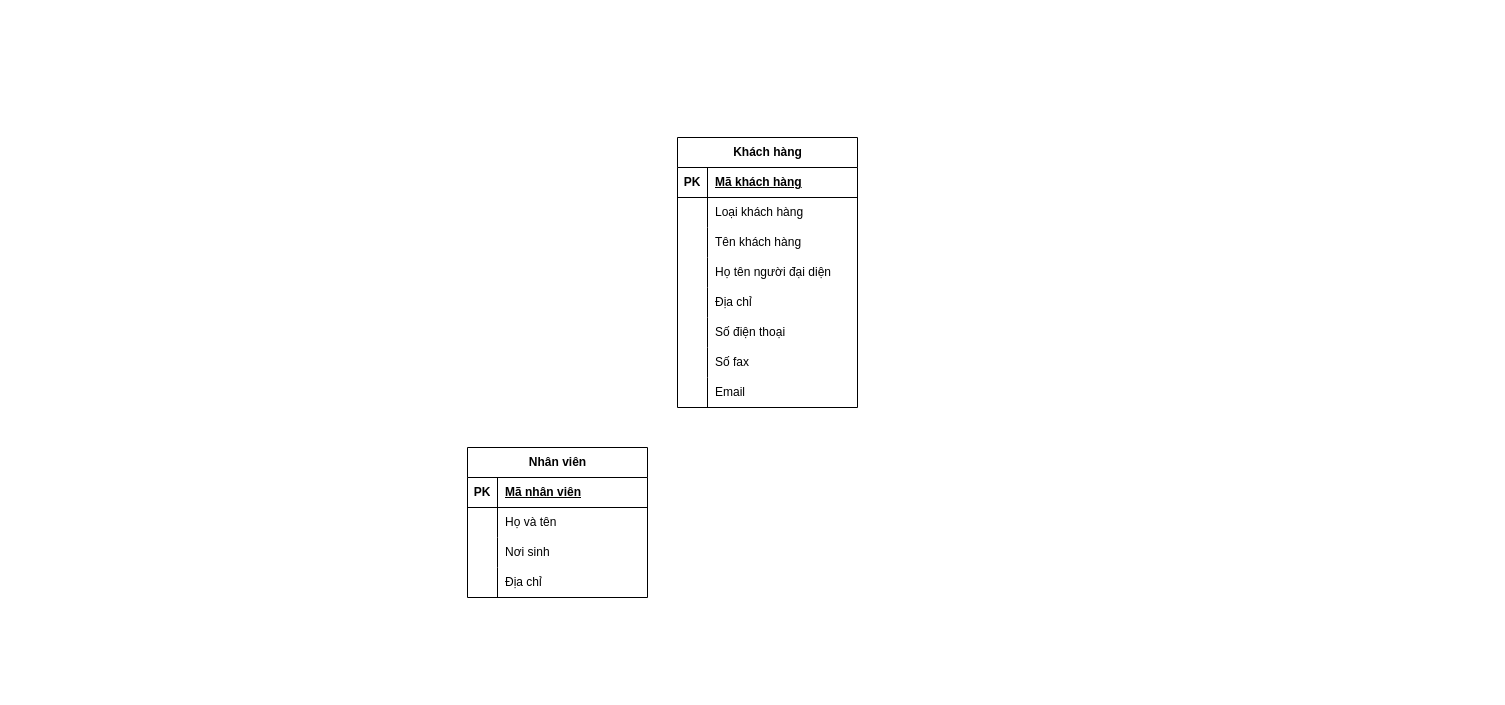
Above: Database Diagram Practice.drawio in DatOneGuyL/DBMS_Exercises (draw.io), before the change. Source tidied: cells renumbered, new cells numbered last; positions are measured from the earlier drawing's top-left corner, leaving out a move shared by most shapes. Both pictures are drawn from the tidied source at 100%, with x=0, y=0 at pixel (467, 137).
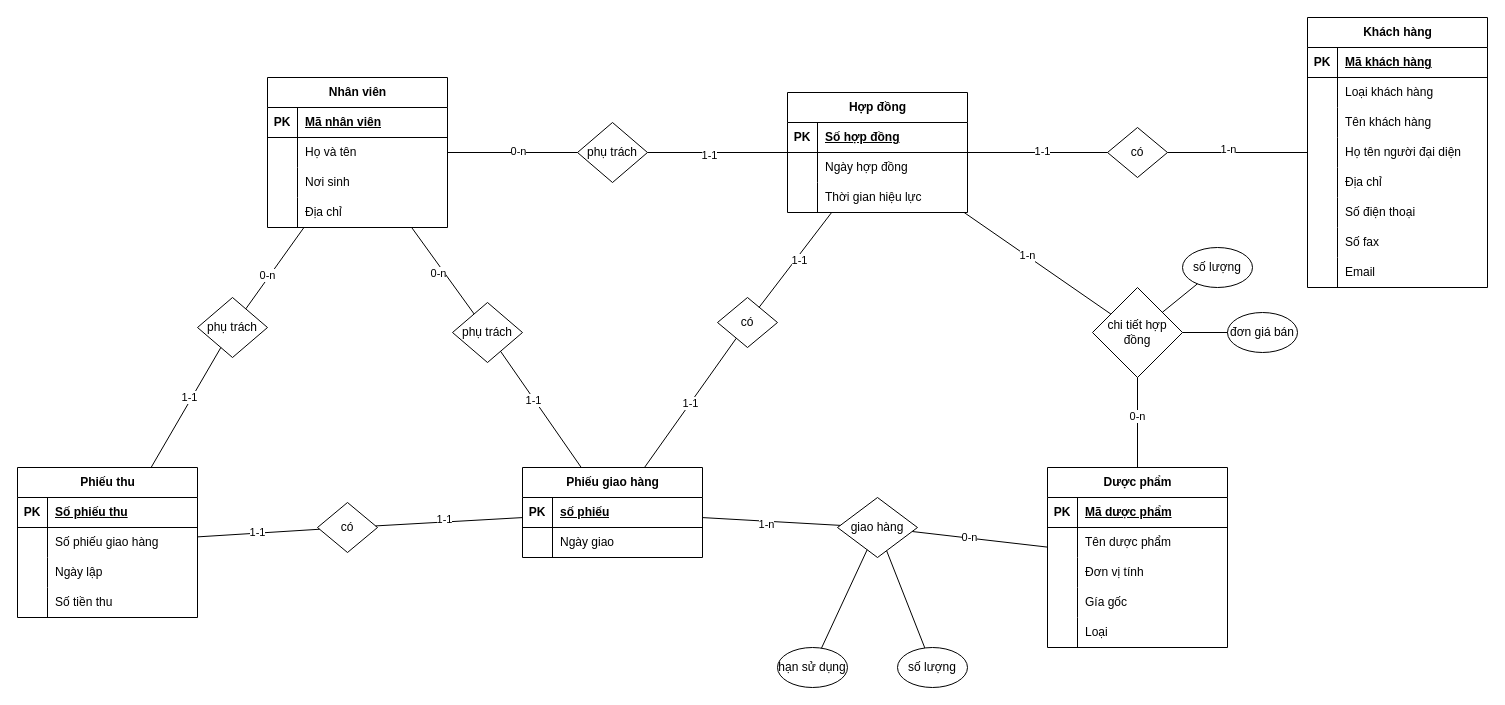
Above is the later version.

What changed in the source:
```diff
@@
     <mxCell id="2" value="Nhân viên" style="shape=table;startSize=30;childLayout=tableLayout;rowLines=0;fontStyle=1;align=center;html=1;" parent="1" vertex="1">
-      <mxGeometry y="310" width="180" height="150" as="geometry" />
+      <mxGeometry x="-200" y="-60" width="180" height="150" as="geometry" />
     </mxCell>
@@
     <mxCell id="15" value="Khách hàng" style="shape=table;startSize=30;childLayout=tableLayout;rowLines=0;fontStyle=1;align=center;html=1;" parent="1" vertex="1">
-      <mxGeometry x="210" width="180" height="270" as="geometry" />
+      <mxGeometry x="840" y="-120" width="180" height="270" as="geometry" />
     </mxCell>
@@
+    <mxCell id="40" value="Hợp đồng" style="shape=table;startSize=30;childLayout=tableLayout;rowLines=0;fontStyle=1;align=center;html=1;" parent="1" vertex="1">
+      <mxGeometry x="320" y="-45" width="180" height="120" as="geometry" />
+    </mxCell>
+    <mxCell id="41" style="shape=tableRow;horizontal=0;startSize=0;swimlaneHead=0;swimlaneBody=0;fillColor=none;top=0;left=0;right=0;bottom=1;" parent="40" vertex="1">
+      <mxGeometry y="30" width="180" height="30" as="geometry" />
+    </mxCell>
+    <mxCell id="42" value="PK" style="shape=partialRectangle;fillColor=none;top=0;left=0;bottom=0;right=0;fontStyle=1;overflow=hidden;whiteSpace=wrap;html=1;" parent="41" vertex="1">
+      <mxGeometry width="30" height="30" as="geometry" />
+    </mxCell>
+    <mxCell id="43" value="Số hợp đồng" style="shape=partialRectangle;fillColor=none;top=0;left=0;bottom=0;right=0;align=left;spacingLeft=6;fontStyle=5;overflow=hidden;whiteSpace=wrap;html=1;" parent="41" vertex="1">
+      <mxGeometry x="30" width="150" height="30" as="geometry" />
+    </mxCell>
+    <mxCell id="44" style="shape=tableRow;horizontal=0;startSize=0;swimlaneHead=0;swimlaneBody=0;fillColor=none;top=0;left=0;right=0;bottom=0;" parent="40" vertex="1">
+      <mxGeometry y="60" width="180" height="30" as="geometry" />
+    </mxCell>
+    <mxCell id="45" style="shape=partialRectangle;fillColor=none;top=0;left=0;bottom=0;right=0;overflow=hidden;whiteSpace=wrap;html=1;" parent="44" vertex="1">
+      <mxGeometry width="30" height="30" as="geometry" />
+    </mxCell>
+    <mxCell id="46" value="Ngày hợp đồng" style="shape=partialRectangle;fillColor=none;top=0;left=0;bottom=0;right=0;align=left;spacingLeft=6;overflow=hidden;whiteSpace=wrap;html=1;" parent="44" vertex="1">
+      <mxGeometry x="30" width="150" height="30" as="geometry" />
+    </mxCell>
+    <mxCell id="47" style="shape=tableRow;horizontal=0;startSize=0;swimlaneHead=0;swimlaneBody=0;fillColor=none;top=0;left=0;right=0;bottom=0;" parent="40" vertex="1">
+      <mxGeometry y="90" width="180" height="30" as="geometry" />
+    </mxCell>
+    <mxCell id="48" style="shape=partialRectangle;fillColor=none;top=0;left=0;bottom=0;right=0;overflow=hidden;whiteSpace=wrap;html=1;" parent="47" vertex="1">
+      <mxGeometry width="30" height="30" as="geometry" />
+    </mxCell>
+    <mxCell id="49" value="Thời gian hiệu lực" style="shape=partialRectangle;fillColor=none;top=0;left=0;bottom=0;right=0;align=left;spacingLeft=6;overflow=hidden;whiteSpace=wrap;html=1;" parent="47" vertex="1">
+      <mxGeometry x="30" width="150" height="30" as="geometry" />
+    </mxCell>
+    <mxCell id="50" value="Dược phẩm" style="shape=table;startSize=30;childLayout=tableLayout;rowLines=0;fontStyle=1;align=center;html=1;" parent="1" vertex="1">
+      <mxGeometry x="580" y="330" width="180" height="180" as="geometry" />
+    </mxCell>
+    <mxCell id="51" style="shape=tableRow;horizontal=0;startSize=0;swimlaneHead=0;swimlaneBody=0;fillColor=none;top=0;left=0;right=0;bottom=1;" parent="50" vertex="1">
+      <mxGeometry y="30" width="180" height="30" as="geometry" />
+    </mxCell>
+    <mxCell id="52" value="PK" style="shape=partialRectangle;fillColor=none;top=0;left=0;bottom=0;right=0;fontStyle=1;overflow=hidden;whiteSpace=wrap;html=1;" parent="51" vertex="1">
+      <mxGeometry width="30" height="30" as="geometry" />
+    </mxCell>
+    <mxCell id="53" value="Mã dược phẩm" style="shape=partialRectangle;fillColor=none;top=0;left=0;bottom=0;right=0;align=left;spacingLeft=6;fontStyle=5;overflow=hidden;whiteSpace=wrap;html=1;" parent="51" vertex="1">
+      <mxGeometry x="30" width="150" height="30" as="geometry" />
+    </mxCell>
+    <mxCell id="54" style="shape=tableRow;horizontal=0;startSize=0;swimlaneHead=0;swimlaneBody=0;fillColor=none;top=0;left=0;right=0;bottom=0;" parent="50" vertex="1">
+      <mxGeometry y="60" width="180" height="30" as="geometry" />
+    </mxCell>
+    <mxCell id="55" style="shape=partialRectangle;fillColor=none;top=0;left=0;bottom=0;right=0;overflow=hidden;whiteSpace=wrap;html=1;" parent="54" vertex="1">
+      <mxGeometry width="30" height="30" as="geometry" />
+    </mxCell>
+    <mxCell id="56" value="Tên dược phẩm" style="shape=partialRectangle;fillColor=none;top=0;left=0;bottom=0;right=0;align=left;spacingLeft=6;overflow=hidden;whiteSpace=wrap;html=1;" parent="54" vertex="1">
+      <mxGeometry x="30" width="150" height="30" as="geometry" />
+    </mxCell>
+    <mxCell id="57" style="shape=tableRow;horizontal=0;startSize=0;swimlaneHead=0;swimlaneBody=0;fillColor=none;top=0;left=0;right=0;bottom=0;" parent="50" vertex="1">
+      <mxGeometry y="90" width="180" height="30" as="geometry" />
+    </mxCell>
+    <mxCell id="58" style="shape=partialRectangle;fillColor=none;top=0;left=0;bottom=0;right=0;overflow=hidden;whiteSpace=wrap;html=1;" parent="57" vertex="1">
+      <mxGeometry width="30" height="30" as="geometry" />
+    </mxCell>
+    <mxCell id="59" value="Đơn vị tính&amp;nbsp;" style="shape=partialRectangle;fillColor=none;top=0;left=0;bottom=0;right=0;align=left;spacingLeft=6;overflow=hidden;whiteSpace=wrap;html=1;" parent="57" vertex="1">
+      <mxGeometry x="30" width="150" height="30" as="geometry" />
+    </mxCell>
+    <mxCell id="60" style="shape=tableRow;horizontal=0;startSize=0;swimlaneHead=0;swimlaneBody=0;fillColor=none;top=0;left=0;right=0;bottom=0;" parent="50" vertex="1">
+      <mxGeometry y="120" width="180" height="30" as="geometry" />
+    </mxCell>
+    <mxCell id="61" style="shape=partialRectangle;fillColor=none;top=0;left=0;bottom=0;right=0;overflow=hidden;whiteSpace=wrap;html=1;" parent="60" vertex="1">
+      <mxGeometry width="30" height="30" as="geometry" />
+    </mxCell>
+    <mxCell id="62" value="Gía gốc" style="shape=partialRectangle;fillColor=none;top=0;left=0;bottom=0;right=0;align=left;spacingLeft=6;overflow=hidden;whiteSpace=wrap;html=1;" parent="60" vertex="1">
+      <mxGeometry x="30" width="150" height="30" as="geometry" />
+    </mxCell>
+    <mxCell id="63" style="shape=tableRow;horizontal=0;startSize=0;swimlaneHead=0;swimlaneBody=0;fillColor=none;top=0;left=0;right=0;bottom=0;" parent="50" vertex="1">
+      <mxGeometry y="150" width="180" height="30" as="geometry" />
+    </mxCell>
+    <mxCell id="64" style="shape=partialRectangle;fillColor=none;top=0;left=0;bottom=0;right=0;overflow=hidden;whiteSpace=wrap;html=1;" parent="63" vertex="1">
+      <mxGeometry width="30" height="30" as="geometry" />
+    </mxCell>
+    <mxCell id="65" value="Loại&amp;nbsp;" style="shape=partialRectangle;fillColor=none;top=0;left=0;bottom=0;right=0;align=left;spacingLeft=6;overflow=hidden;whiteSpace=wrap;html=1;" parent="63" vertex="1">
+      <mxGeometry x="30" width="150" height="30" as="geometry" />
+    </mxCell>
+    <mxCell id="66" value="Phiếu giao hàng" style="shape=table;startSize=30;childLayout=tableLayout;rowLines=0;fontStyle=1;align=center;html=1;" parent="1" vertex="1">
+      <mxGeometry x="55" y="330" width="180" height="90" as="geometry" />
+    </mxCell>
+    <mxCell id="67" style="shape=tableRow;horizontal=0;startSize=0;swimlaneHead=0;swimlaneBody=0;fillColor=none;top=0;left=0;right=0;bottom=1;" parent="66" vertex="1">
+      <mxGeometry y="30" width="180" height="30" as="geometry" />
+    </mxCell>
+    <mxCell id="68" value="PK" style="shape=partialRectangle;fillColor=none;top=0;left=0;bottom=0;right=0;fontStyle=1;overflow=hidden;whiteSpace=wrap;html=1;" parent="67" vertex="1">
+      <mxGeometry width="30" height="30" as="geometry" />
+    </mxCell>
+    <mxCell id="69" value="số phiếu" style="shape=partialRectangle;fillColor=none;top=0;left=0;bottom=0;right=0;align=left;spacingLeft=6;fontStyle=5;overflow=hidden;whiteSpace=wrap;html=1;" parent="67" vertex="1">
+      <mxGeometry x="30" width="150" height="30" as="geometry" />
+    </mxCell>
+    <mxCell id="70" style="shape=tableRow;horizontal=0;startSize=0;swimlaneHead=0;swimlaneBody=0;fillColor=none;top=0;left=0;right=0;bottom=0;" parent="66" vertex="1">
+      <mxGeometry y="60" width="180" height="30" as="geometry" />
+    </mxCell>
+    <mxCell id="71" style="shape=partialRectangle;fillColor=none;top=0;left=0;bottom=0;right=0;overflow=hidden;whiteSpace=wrap;html=1;" parent="70" vertex="1">
+      <mxGeometry width="30" height="30" as="geometry" />
+    </mxCell>
+    <mxCell id="72" value="Ngày giao" style="shape=partialRectangle;fillColor=none;top=0;left=0;bottom=0;right=0;align=left;spacingLeft=6;overflow=hidden;whiteSpace=wrap;html=1;" parent="70" vertex="1">
+      <mxGeometry x="30" width="150" height="30" as="geometry" />
+    </mxCell>
+    <mxCell id="73" value="có" style="shape=rhombus;html=1;dashed=0;whiteSpace=wrap;perimeter=rhombusPerimeter;" parent="1" vertex="1">
+      <mxGeometry x="640" y="-10" width="60" height="50" as="geometry" />
+    </mxCell>
+    <mxCell id="74" style="endArrow=none;html=1;rounded=0;" parent="1" edge="1" source="73" target="15">
+      <mxGeometry relative="1" as="geometry" />
+    </mxCell>
+    <mxCell id="75" value="1-n" style="edgeLabel;html=1;align=center;verticalAlign=middle;" parent="74" vertex="1">
+      <mxGeometry x="-0.15" y="4" relative="1" as="geometry" />
+    </mxCell>
+    <mxCell id="76" style="endArrow=none;html=1;rounded=0;entryX=0;entryY=0.5;entryDx=0;entryDy=0;" parent="1" edge="1" source="40" target="73">
+      <mxGeometry relative="1" as="geometry" />
+    </mxCell>
+    <mxCell id="77" value="1-1" style="edgeLabel;html=1;align=center;verticalAlign=middle;" parent="76" vertex="1">
+      <mxGeometry x="0.05" y="2" relative="1" as="geometry" />
+    </mxCell>
+    <mxCell id="78" value="phụ trách" style="shape=rhombus;html=1;dashed=0;whiteSpace=wrap;perimeter=rhombusPerimeter;" parent="1" vertex="1">
+      <mxGeometry x="110" y="-15" width="70" height="60" as="geometry" />
+    </mxCell>
+    <mxCell id="79" style="endArrow=none;html=1;rounded=0;exitX=0;exitY=0.5;exitDx=0;exitDy=0;" parent="1" edge="1" source="78" target="2">
+      <mxGeometry relative="1" as="geometry" />
+    </mxCell>
+    <mxCell id="80" value="0-n" style="edgeLabel;html=1;align=center;verticalAlign=middle;" parent="79" vertex="1">
+      <mxGeometry x="-0.07" y="-2" relative="1" as="geometry" />
+    </mxCell>
+    <mxCell id="81" style="endArrow=none;html=1;rounded=0;exitX=1;exitY=0.5;exitDx=0;exitDy=0;" parent="1" edge="1" source="78" target="40">
+      <mxGeometry relative="1" as="geometry" />
+    </mxCell>
+    <mxCell id="82" value="1-1" style="edgeLabel;html=1;align=center;verticalAlign=middle;" parent="81" vertex="1">
+      <mxGeometry x="-0.13" y="-2" relative="1" as="geometry" />
+    </mxCell>
+    <mxCell id="83" value="chi tiết hợp đồng" style="shape=rhombus;html=1;dashed=0;whiteSpace=wrap;perimeter=rhombusPerimeter;" parent="1" vertex="1">
+      <mxGeometry x="625" y="150" width="90" height="90" as="geometry" />
+    </mxCell>
+    <mxCell id="84" style="endArrow=none;html=1;rounded=0;" parent="1" edge="1" source="40" target="83">
+      <mxGeometry relative="1" as="geometry" />
+    </mxCell>
+    <mxCell id="85" value="1-n" style="edgeLabel;html=1;align=center;verticalAlign=middle;" parent="84" vertex="1">
+      <mxGeometry x="-0.16" relative="1" as="geometry">
+        <mxPoint x="1" as="offset" />
+      </mxGeometry>
+    </mxCell>
+    <mxCell id="86" style="endArrow=none;html=1;rounded=0;" parent="1" edge="1" source="50" target="83">
+      <mxGeometry relative="1" as="geometry" />
+    </mxCell>
+    <mxCell id="87" value="0-n" style="edgeLabel;html=1;align=center;verticalAlign=middle;" parent="86" vertex="1">
+      <mxGeometry x="0.15" y="1" relative="1" as="geometry" />
+    </mxCell>
+    <mxCell id="88" value="số lượng" style="ellipse;whiteSpace=wrap;html=1;" parent="1" vertex="1">
+      <mxGeometry x="715" y="110" width="70" height="40" as="geometry" />
+    </mxCell>
+    <mxCell id="89" value="đơn giá bán" style="ellipse;whiteSpace=wrap;html=1;" parent="1" vertex="1">
+      <mxGeometry x="760" y="175" width="70" height="40" as="geometry" />
+    </mxCell>
+    <mxCell id="90" style="endArrow=none;html=1;rounded=0;" parent="1" edge="1" source="83" target="88">
+      <mxGeometry relative="1" as="geometry" />
+    </mxCell>
+    <mxCell id="91" style="endArrow=none;html=1;rounded=0;" parent="1" edge="1" source="83" target="89">
+      <mxGeometry relative="1" as="geometry" />
+    </mxCell>
+    <mxCell id="92" value="phụ trách" style="shape=rhombus;html=1;dashed=0;whiteSpace=wrap;perimeter=rhombusPerimeter;" parent="1" vertex="1">
+      <mxGeometry x="-15" y="165" width="70" height="60" as="geometry" />
+    </mxCell>
+    <mxCell id="93" style="endArrow=none;html=1;rounded=0;" parent="1" edge="1" source="92" target="2">
+      <mxGeometry relative="1" as="geometry" />
+    </mxCell>
+    <mxCell id="94" value="0-n" style="edgeLabel;html=1;align=center;verticalAlign=middle;" parent="93" vertex="1">
+      <mxGeometry x="0.01" y="5" relative="1" as="geometry" />
+    </mxCell>
+    <mxCell id="95" style="endArrow=none;html=1;rounded=0;" parent="1" edge="1" source="66" target="92">
+      <mxGeometry relative="1" as="geometry" />
+    </mxCell>
+    <mxCell id="96" value="1-1" style="edgeLabel;html=1;align=center;verticalAlign=middle;" parent="95" vertex="1">
+      <mxGeometry x="0.18" y="1" relative="1" as="geometry" />
+    </mxCell>
+    <mxCell id="97" value="có" style="shape=rhombus;html=1;dashed=0;whiteSpace=wrap;perimeter=rhombusPerimeter;" parent="1" vertex="1">
+      <mxGeometry x="250" y="160" width="60" height="50" as="geometry" />
+    </mxCell>
+    <mxCell id="98" style="endArrow=none;html=1;rounded=0;" parent="1" edge="1" source="97" target="40">
+      <mxGeometry relative="1" as="geometry" />
+    </mxCell>
+    <mxCell id="99" value="1-1" style="edgeLabel;html=1;align=center;verticalAlign=middle;" parent="98" vertex="1">
+      <mxGeometry x="0.04" y="-3" relative="1" as="geometry" />
+    </mxCell>
+    <mxCell id="100" value="1-1" style="endArrow=none;html=1;rounded=0;" parent="1" edge="1" source="66" target="97">
+      <mxGeometry relative="1" as="geometry" />
+    </mxCell>
+    <mxCell id="101" value="giao hàng" style="shape=rhombus;html=1;dashed=0;whiteSpace=wrap;perimeter=rhombusPerimeter;" parent="1" vertex="1">
+      <mxGeometry x="370" y="360" width="80" height="60" as="geometry" />
+    </mxCell>
+    <mxCell id="102" style="endArrow=none;html=1;rounded=0;" parent="1" edge="1" source="101" target="50">
+      <mxGeometry relative="1" as="geometry" />
+    </mxCell>
+    <mxCell id="103" value="0-n" style="edgeLabel;html=1;align=center;verticalAlign=middle;" parent="102" vertex="1">
+      <mxGeometry x="-0.17" y="1" relative="1" as="geometry" />
+    </mxCell>
+    <mxCell id="104" style="endArrow=none;html=1;rounded=0;" parent="1" edge="1" source="66" target="101">
+      <mxGeometry relative="1" as="geometry" />
+    </mxCell>
+    <mxCell id="105" value="1-n" style="edgeLabel;html=1;align=center;verticalAlign=middle;" parent="104" vertex="1">
+      <mxGeometry x="-0.07" y="-3" relative="1" as="geometry" />
+    </mxCell>
+    <mxCell id="106" value="số lượng" style="ellipse;whiteSpace=wrap;html=1;" parent="1" vertex="1">
+      <mxGeometry x="430" y="510" width="70" height="40" as="geometry" />
+    </mxCell>
+    <mxCell id="107" value="hạn sử dụng" style="ellipse;whiteSpace=wrap;html=1;" parent="1" vertex="1">
+      <mxGeometry x="310" y="510" width="70" height="40" as="geometry" />
+    </mxCell>
+    <mxCell id="108" style="endArrow=none;html=1;rounded=0;" parent="1" edge="1" source="101" target="106">
+      <mxGeometry relative="1" as="geometry" />
+    </mxCell>
+    <mxCell id="109" style="endArrow=none;html=1;rounded=0;" parent="1" edge="1" source="101" target="107">
+      <mxGeometry relative="1" as="geometry" />
+    </mxCell>
+    <mxCell id="110" value="Phiếu thu" style="shape=table;startSize=30;childLayout=tableLayout;rowLines=0;fontStyle=1;align=center;html=1;" parent="1" vertex="1">
+      <mxGeometry x="-450" y="330" width="180" height="150" as="geometry" />
+    </mxCell>
+    <mxCell id="111" style="shape=tableRow;horizontal=0;startSize=0;swimlaneHead=0;swimlaneBody=0;fillColor=none;top=0;left=0;right=0;bottom=1;" parent="110" vertex="1">
+      <mxGeometry y="30" width="180" height="30" as="geometry" />
+    </mxCell>
+    <mxCell id="112" value="PK" style="shape=partialRectangle;fillColor=none;top=0;left=0;bottom=0;right=0;fontStyle=1;overflow=hidden;whiteSpace=wrap;html=1;" parent="111" vertex="1">
+      <mxGeometry width="30" height="30" as="geometry" />
+    </mxCell>
+    <mxCell id="113" value="Số phiếu thu" style="shape=partialRectangle;fillColor=none;top=0;left=0;bottom=0;right=0;align=left;spacingLeft=6;fontStyle=5;overflow=hidden;whiteSpace=wrap;html=1;" parent="111" vertex="1">
+      <mxGeometry x="30" width="150" height="30" as="geometry" />
+    </mxCell>
+    <mxCell id="114" style="shape=tableRow;horizontal=0;startSize=0;swimlaneHead=0;swimlaneBody=0;fillColor=none;top=0;left=0;right=0;bottom=0;" parent="110" vertex="1">
+      <mxGeometry y="60" width="180" height="30" as="geometry" />
+    </mxCell>
+    <mxCell id="115" style="shape=partialRectangle;fillColor=none;top=0;left=0;bottom=0;right=0;overflow=hidden;whiteSpace=wrap;html=1;" parent="114" vertex="1">
+      <mxGeometry width="30" height="30" as="geometry" />
+    </mxCell>
+    <mxCell id="116" value="Số phiếu giao hàng" style="shape=partialRectangle;fillColor=none;top=0;left=0;bottom=0;right=0;align=left;spacingLeft=6;overflow=hidden;whiteSpace=wrap;html=1;" parent="114" vertex="1">
+      <mxGeometry x="30" width="150" height="30" as="geometry" />
+    </mxCell>
+    <mxCell id="117" style="shape=tableRow;horizontal=0;startSize=0;swimlaneHead=0;swimlaneBody=0;fillColor=none;top=0;left=0;right=0;bottom=0;" parent="110" vertex="1">
+      <mxGeometry y="90" width="180" height="30" as="geometry" />
+    </mxCell>
+    <mxCell id="118" style="shape=partialRectangle;fillColor=none;top=0;left=0;bottom=0;right=0;overflow=hidden;whiteSpace=wrap;html=1;" parent="117" vertex="1">
+      <mxGeometry width="30" height="30" as="geometry" />
+    </mxCell>
+    <mxCell id="119" value="Ngày lập" style="shape=partialRectangle;fillColor=none;top=0;left=0;bottom=0;right=0;align=left;spacingLeft=6;overflow=hidden;whiteSpace=wrap;html=1;" parent="117" vertex="1">
+      <mxGeometry x="30" width="150" height="30" as="geometry" />
+    </mxCell>
+    <mxCell id="120" style="shape=tableRow;horizontal=0;startSize=0;swimlaneHead=0;swimlaneBody=0;fillColor=none;top=0;left=0;right=0;bottom=0;" parent="110" vertex="1">
+      <mxGeometry y="120" width="180" height="30" as="geometry" />
+    </mxCell>
+    <mxCell id="121" style="shape=partialRectangle;fillColor=none;top=0;left=0;bottom=0;right=0;overflow=hidden;whiteSpace=wrap;html=1;" parent="120" vertex="1">
+      <mxGeometry width="30" height="30" as="geometry" />
+    </mxCell>
+    <mxCell id="122" value="Số tiền thu" style="shape=partialRectangle;fillColor=none;top=0;left=0;bottom=0;right=0;align=left;spacingLeft=6;overflow=hidden;whiteSpace=wrap;html=1;" parent="120" vertex="1">
+      <mxGeometry x="30" width="150" height="30" as="geometry" />
+    </mxCell>
+    <mxCell id="123" value="phụ trách" style="shape=rhombus;html=1;dashed=0;whiteSpace=wrap;perimeter=rhombusPerimeter;" parent="1" vertex="1">
+      <mxGeometry x="-270" y="160" width="70" height="60" as="geometry" />
+    </mxCell>
+    <mxCell id="124" value="có" style="shape=rhombus;html=1;dashed=0;whiteSpace=wrap;perimeter=rhombusPerimeter;" parent="1" vertex="1">
+      <mxGeometry x="-150" y="365" width="60" height="50" as="geometry" />
+    </mxCell>
+    <mxCell id="125" style="endArrow=none;html=1;rounded=0;" parent="1" edge="1" source="123" target="2">
+      <mxGeometry relative="1" as="geometry" />
+    </mxCell>
+    <mxCell id="126" value="0-n" style="edgeLabel;html=1;align=center;verticalAlign=middle;" parent="125" vertex="1">
+      <mxGeometry x="-0.21" y="2" relative="1" as="geometry" />
+    </mxCell>
+    <mxCell id="127" style="endArrow=none;html=1;rounded=0;" parent="1" edge="1" source="123" target="110">
+      <mxGeometry relative="1" as="geometry" />
+    </mxCell>
+    <mxCell id="128" value="1-1" style="edgeLabel;html=1;align=center;verticalAlign=middle;" parent="127" vertex="1">
+      <mxGeometry x="-0.15" y="-3" relative="1" as="geometry" />
+    </mxCell>
+    <mxCell id="129" style="endArrow=none;html=1;rounded=0;" parent="1" edge="1" source="124" target="66">
+      <mxGeometry relative="1" as="geometry" />
+    </mxCell>
+    <mxCell id="130" value="1-1" style="edgeLabel;html=1;align=center;verticalAlign=middle;" parent="129" vertex="1">
+      <mxGeometry x="-0.08" y="3" relative="1" as="geometry">
+        <mxPoint x="1" as="offset" />
+      </mxGeometry>
+    </mxCell>
+    <mxCell id="131" style="endArrow=none;html=1;rounded=0;" parent="1" edge="1" source="110" target="124">
+      <mxGeometry relative="1" as="geometry" />
+    </mxCell>
+    <mxCell id="132" value="1-1" style="edgeLabel;html=1;align=center;verticalAlign=middle;" parent="131" vertex="1">
+      <mxGeometry x="-0.02" y="1" relative="1" as="geometry" />
+    </mxCell>
```
